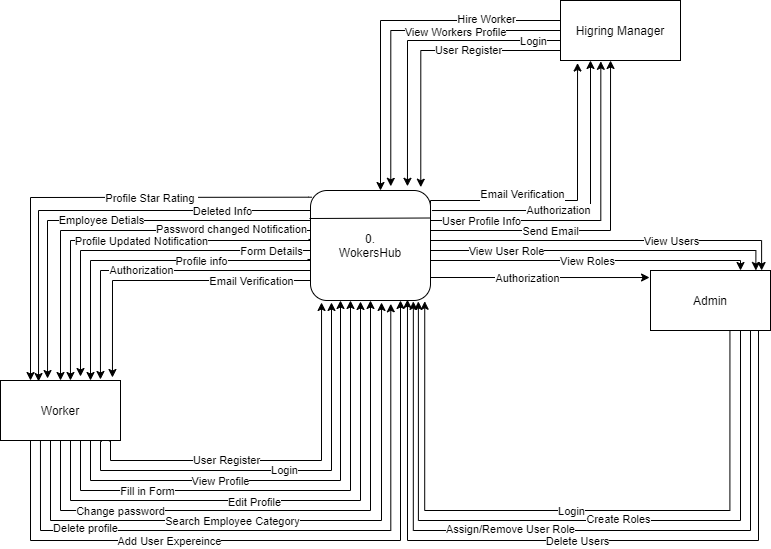
Before: context diagram 2.png, a diagram exported from draw.io (SujinRajak/WorkersManaginHub). Source tidied: cells renumbered, new cells last; positions are measured from the earlier drawing's top-left corner, leaving out a move shared by most shapes.
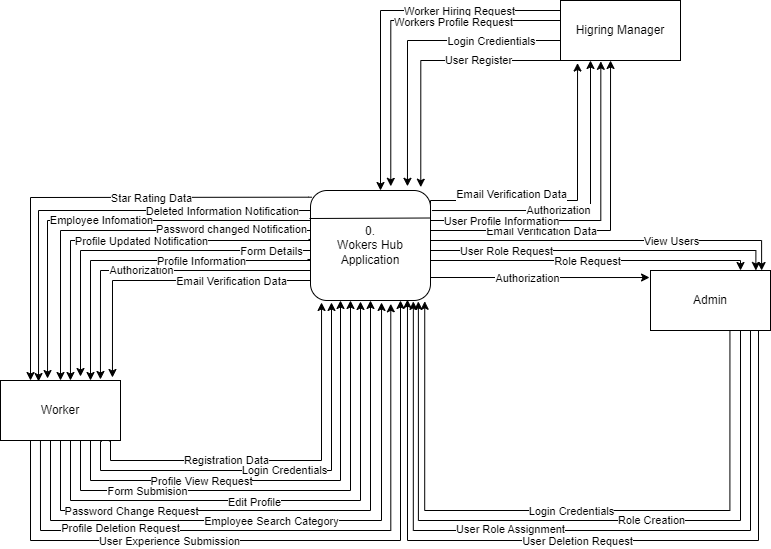
Later version of the same file.

Diff of the diagram source:
```diff
@@ -9,9 +9,9 @@
         </Array>
       </mxGeometry>
     </mxCell>
-    <mxCell id="3" value="Email Verification" style="edgeLabel;html=1;align=center;verticalAlign=middle;" parent="2" vertex="1">
+    <mxCell id="3" value="Email Verification Data" style="edgeLabel;html=1;align=center;verticalAlign=middle;" parent="2" vertex="1">
       <mxGeometry x="-0.22" y="-1" relative="1" as="geometry">
-        <mxPoint x="55" y="1" as="offset" />
+        <mxPoint x="35" y="1" as="offset" />
       </mxGeometry>
     </mxCell>
     <mxCell id="4" style="edgeStyle=orthogonalEdgeStyle;rounded=0;jettySize=auto;html=1;exitX=0;exitY=0.75;exitDx=0;exitDy=0;entryX=0.833;entryY=-0.017;entryDx=0;entryDy=0;entryPerimeter=0;" parent="1" edge="1" source="36" target="56">
@@ -36,7 +36,7 @@
         </Array>
       </mxGeometry>
     </mxCell>
-    <mxCell id="7" value="Profile info" style="edgeLabel;html=1;align=center;verticalAlign=middle;" parent="6" vertex="1">
+    <mxCell id="7" value="Profile Information" style="edgeLabel;html=1;align=center;verticalAlign=middle;" parent="6" vertex="1">
       <mxGeometry x="-0.44" relative="1" as="geometry">
         <mxPoint x="-18" as="offset" />
       </mxGeometry>
@@ -90,7 +90,7 @@
         </Array>
       </mxGeometry>
     </mxCell>
-    <mxCell id="15" value="Employee Detials" style="edgeLabel;html=1;align=center;verticalAlign=middle;" parent="14" vertex="1">
+    <mxCell id="15" value="Employee Infomation" style="edgeLabel;html=1;align=center;verticalAlign=middle;" parent="14" vertex="1">
       <mxGeometry x="0.05" y="-1" relative="1" as="geometry">
         <mxPoint x="12" as="offset" />
       </mxGeometry>
@@ -102,7 +102,7 @@
         </Array>
       </mxGeometry>
     </mxCell>
-    <mxCell id="17" value="Deleted Info" style="edgeLabel;html=1;align=center;verticalAlign=middle;" parent="16" vertex="1">
+    <mxCell id="17" value="Deleted Information Notification" style="edgeLabel;html=1;align=center;verticalAlign=middle;" parent="16" vertex="1">
       <mxGeometry x="-0.6" relative="1" as="geometry" />
     </mxCell>
     <mxCell id="18" style="edgeStyle=orthogonalEdgeStyle;rounded=0;jettySize=auto;html=1;exitX=1;exitY=0.75;exitDx=0;exitDy=0;entryX=0.417;entryY=1;entryDx=0;entryDy=0;entryPerimeter=0;" parent="1" edge="1" source="36" target="65">
@@ -113,9 +113,9 @@
         </Array>
       </mxGeometry>
     </mxCell>
-    <mxCell id="19" value="Send Email" style="edgeLabel;html=1;align=center;verticalAlign=middle;" parent="18" vertex="1">
+    <mxCell id="19" value="Email Verification Data" style="edgeLabel;html=1;align=center;verticalAlign=middle;" parent="18" vertex="1">
       <mxGeometry x="-0.36" y="-1" relative="1" as="geometry">
-        <mxPoint x="36" y="-1" as="offset" />
+        <mxPoint x="27" y="-1" as="offset" />
       </mxGeometry>
     </mxCell>
     <mxCell id="20" style="edgeStyle=orthogonalEdgeStyle;rounded=0;jettySize=auto;html=1;exitX=1;exitY=0.5;exitDx=0;exitDy=0;entryX=0.336;entryY=1.014;entryDx=0;entryDy=0;entryPerimeter=0;" parent="1" edge="1" source="36" target="65">
@@ -126,9 +126,9 @@
         </Array>
       </mxGeometry>
     </mxCell>
-    <mxCell id="21" value="User Profile Info" style="edgeLabel;html=1;align=center;verticalAlign=middle;" parent="20" vertex="1">
+    <mxCell id="21" value="User Profile Information" style="edgeLabel;html=1;align=center;verticalAlign=middle;" parent="20" vertex="1">
       <mxGeometry x="-0.55" relative="1" as="geometry">
-        <mxPoint x="-4" as="offset" />
+        <mxPoint x="16" as="offset" />
       </mxGeometry>
     </mxCell>
     <mxCell id="22" style="edgeStyle=orthogonalEdgeStyle;rounded=0;jettySize=auto;html=1;exitX=1.012;exitY=0.182;exitDx=0;exitDy=0;entryX=0.25;entryY=1;entryDx=0;entryDy=0;exitPerimeter=0;" parent="1" edge="1" source="36" target="65">
@@ -151,9 +151,9 @@
         </Array>
       </mxGeometry>
     </mxCell>
-    <mxCell id="25" value="Email Verification" style="edgeLabel;html=1;align=center;verticalAlign=middle;" parent="24" vertex="1">
+    <mxCell id="25" value="Email Verification Data" style="edgeLabel;html=1;align=center;verticalAlign=middle;" parent="24" vertex="1">
       <mxGeometry x="-0.27" relative="1" as="geometry">
-        <mxPoint x="-1" y="-7" as="offset" />
+        <mxPoint x="-12" y="-7" as="offset" />
       </mxGeometry>
     </mxCell>
     <mxCell id="26" style="edgeStyle=orthogonalEdgeStyle;rounded=0;jettySize=auto;html=1;exitX=0.011;exitY=0.061;exitDx=0;exitDy=0;entryX=0.25;entryY=0;entryDx=0;entryDy=0;exitPerimeter=0;" parent="1" edge="1" source="36" target="56">
@@ -164,7 +164,7 @@
         </Array>
       </mxGeometry>
     </mxCell>
-    <mxCell id="27" value="Profile Star Rating&amp;nbsp;" style="edgeLabel;html=1;align=center;verticalAlign=middle;" parent="26" vertex="1">
+    <mxCell id="27" value="Star Rating Data" style="edgeLabel;html=1;align=center;verticalAlign=middle;" parent="26" vertex="1">
       <mxGeometry x="-0.36" y="1" relative="1" as="geometry">
         <mxPoint x="-13" as="offset" />
       </mxGeometry>
@@ -189,7 +189,7 @@
         </Array>
       </mxGeometry>
     </mxCell>
-    <mxCell id="31" value="View User Role" style="edgeLabel;html=1;align=center;verticalAlign=middle;" parent="30" vertex="1">
+    <mxCell id="31" value="User Role Request" style="edgeLabel;html=1;align=center;verticalAlign=middle;" parent="30" vertex="1">
       <mxGeometry x="-0.25" y="3" relative="1" as="geometry">
         <mxPoint x="-51" y="3" as="offset" />
       </mxGeometry>
@@ -202,7 +202,7 @@
         </Array>
       </mxGeometry>
     </mxCell>
-    <mxCell id="33" value="View Roles" style="edgeLabel;html=1;align=center;verticalAlign=middle;" parent="32" vertex="1">
+    <mxCell id="33" value="Role Request" style="edgeLabel;html=1;align=center;verticalAlign=middle;" parent="32" vertex="1">
       <mxGeometry x="0.39" relative="1" as="geometry">
         <mxPoint x="-62" as="offset" />
       </mxGeometry>
@@ -217,7 +217,7 @@
     <mxCell id="35" value="Authorization" style="edgeLabel;html=1;align=center;verticalAlign=middle;" parent="34" vertex="1">
       <mxGeometry x="-0.1" relative="1" as="geometry" />
     </mxCell>
-    <mxCell id="36" value="&lt;div&gt;0.&lt;/div&gt;&lt;div&gt;WokersHub&lt;br&gt;&lt;/div&gt;" style="rounded=1;whiteSpace=wrap;html=1;" parent="1" vertex="1">
+    <mxCell id="36" value="&lt;div&gt;0.&lt;/div&gt;&lt;div&gt;Wokers Hub Application&lt;br&gt;&lt;/div&gt;" style="rounded=1;whiteSpace=wrap;html=1;" parent="1" vertex="1">
       <mxGeometry x="310" y="190" width="120" height="110" as="geometry" />
     </mxCell>
     <mxCell id="37" style="endArrow=none;html=1;entryX=1;entryY=0.25;entryDx=0;entryDy=0;" parent="1" edge="1" target="36">
@@ -235,7 +235,7 @@
         </Array>
       </mxGeometry>
     </mxCell>
-    <mxCell id="39" value="User Register" style="edgeLabel;html=1;align=center;verticalAlign=middle;" parent="38" vertex="1">
+    <mxCell id="39" value="Registration Data" style="edgeLabel;html=1;align=center;verticalAlign=middle;" parent="38" vertex="1">
       <mxGeometry x="-0.38" y="1" relative="1" as="geometry">
         <mxPoint x="17" as="offset" />
       </mxGeometry>
@@ -250,7 +250,7 @@
         </Array>
       </mxGeometry>
     </mxCell>
-    <mxCell id="41" value="Login" style="edgeLabel;html=1;align=center;verticalAlign=middle;" parent="40" vertex="1">
+    <mxCell id="41" value="Login Credentials" style="edgeLabel;html=1;align=center;verticalAlign=middle;" parent="40" vertex="1">
       <mxGeometry x="-0.25" y="1" relative="1" as="geometry">
         <mxPoint x="53" as="offset" />
       </mxGeometry>
@@ -263,8 +263,10 @@
         </Array>
       </mxGeometry>
     </mxCell>
-    <mxCell id="43" value="View Profile" style="edgeLabel;html=1;align=center;verticalAlign=middle;" parent="42" vertex="1">
-      <mxGeometry x="-0.28" relative="1" as="geometry" />
+    <mxCell id="43" value="Profile View Request" style="edgeLabel;html=1;align=center;verticalAlign=middle;" parent="42" vertex="1">
+      <mxGeometry x="-0.28" relative="1" as="geometry">
+        <mxPoint x="-19" as="offset" />
+      </mxGeometry>
     </mxCell>
     <mxCell id="44" style="edgeStyle=orthogonalEdgeStyle;rounded=0;orthogonalLoop=1;jettySize=auto;html=1;" parent="1" edge="1">
       <mxGeometry relative="1" as="geometry">
@@ -276,7 +278,7 @@
         </Array>
       </mxGeometry>
     </mxCell>
-    <mxCell id="45" value="Fill in Form" style="edgeLabel;html=1;align=center;verticalAlign=middle;" parent="44" vertex="1">
+    <mxCell id="45" value="Form Submision" style="edgeLabel;html=1;align=center;verticalAlign=middle;" parent="44" vertex="1">
       <mxGeometry x="-0.15" relative="1" as="geometry">
         <mxPoint x="-94" as="offset" />
       </mxGeometry>
@@ -302,8 +304,10 @@
         </Array>
       </mxGeometry>
     </mxCell>
-    <mxCell id="49" value="Change password" style="edgeLabel;html=1;align=center;verticalAlign=middle;" parent="48" vertex="1">
-      <mxGeometry x="-0.56" relative="1" as="geometry" />
+    <mxCell id="49" value="Password Change Request" style="edgeLabel;html=1;align=center;verticalAlign=middle;" parent="48" vertex="1">
+      <mxGeometry x="-0.56" relative="1" as="geometry">
+        <mxPoint x="11" as="offset" />
+      </mxGeometry>
     </mxCell>
     <mxCell id="50" style="edgeStyle=orthogonalEdgeStyle;rounded=0;jettySize=auto;html=1;exitX=0.4;exitY=1;exitDx=0;exitDy=0;entryX=0.592;entryY=1.018;entryDx=0;entryDy=0;entryPerimeter=0;exitPerimeter=0;" parent="1" edge="1" source="56" target="36">
       <mxGeometry relative="1" as="geometry">
@@ -314,8 +318,10 @@
         </Array>
       </mxGeometry>
     </mxCell>
-    <mxCell id="51" value="Search Employee Category" style="edgeLabel;html=1;align=center;verticalAlign=middle;" parent="50" vertex="1">
-      <mxGeometry x="-0.16" relative="1" as="geometry" />
+    <mxCell id="51" value="Employee Search Category" style="edgeLabel;html=1;align=center;verticalAlign=middle;" parent="50" vertex="1">
+      <mxGeometry x="-0.16" relative="1" as="geometry">
+        <mxPoint x="39" as="offset" />
+      </mxGeometry>
     </mxCell>
     <mxCell id="52" style="edgeStyle=orthogonalEdgeStyle;rounded=0;jettySize=auto;html=1;exitX=0.333;exitY=1;exitDx=0;exitDy=0;exitPerimeter=0;entryX=0.669;entryY=1.03;entryDx=0;entryDy=0;entryPerimeter=0;" parent="1" edge="1" source="56" target="36">
       <mxGeometry relative="1" as="geometry">
@@ -325,8 +331,10 @@
         </Array>
       </mxGeometry>
     </mxCell>
-    <mxCell id="53" value="Delete profile" style="edgeLabel;html=1;align=center;verticalAlign=middle;" parent="52" vertex="1">
-      <mxGeometry x="-0.74" y="45" relative="1" as="geometry" />
+    <mxCell id="53" value="Profile Deletion Request" style="edgeLabel;html=1;align=center;verticalAlign=middle;" parent="52" vertex="1">
+      <mxGeometry x="-0.74" y="45" relative="1" as="geometry">
+        <mxPoint x="35" as="offset" />
+      </mxGeometry>
     </mxCell>
     <mxCell id="54" style="edgeStyle=orthogonalEdgeStyle;rounded=0;jettySize=auto;html=1;exitX=0.25;exitY=1;exitDx=0;exitDy=0;entryX=0.75;entryY=1;entryDx=0;entryDy=0;" parent="1" edge="1" source="56" target="36">
       <mxGeometry relative="1" as="geometry">
@@ -336,7 +344,7 @@
         </Array>
       </mxGeometry>
     </mxCell>
-    <mxCell id="55" value="Add User Expereince" style="edgeLabel;html=1;align=center;verticalAlign=middle;" parent="54" vertex="1">
+    <mxCell id="55" value="User Experience Submission" style="edgeLabel;html=1;align=center;verticalAlign=middle;" parent="54" vertex="1">
       <mxGeometry x="-0.42" y="-3" relative="1" as="geometry">
         <mxPoint x="33" y="-3" as="offset" />
       </mxGeometry>
@@ -348,22 +356,22 @@
       <mxGeometry relative="1" as="geometry">
         <mxPoint x="380" y="190" as="targetPoint" />
         <Array as="points">
-          <mxPoint x="560" y="20" />
-          <mxPoint x="380" y="20" />
+          <mxPoint x="560" y="10" />
+          <mxPoint x="380" y="10" />
         </Array>
       </mxGeometry>
     </mxCell>
-    <mxCell id="58" value="Hire Worker" style="edgeLabel;html=1;align=center;verticalAlign=middle;" parent="57" vertex="1">
-      <mxGeometry x="-0.52" y="-2" relative="1" as="geometry" />
-    </mxCell>
+    <mxCell id="76" value="Worker Hiring Request" style="edgeLabel;html=1;align=center;verticalAlign=middle;" parent="57" vertex="1">
+      <mxGeometry x="-0.43" relative="1" as="geometry" />
+    </mxCell>
     <mxCell id="59" style="edgeStyle=orthogonalEdgeStyle;rounded=0;jettySize=auto;html=1;entryX=0.669;entryY=-0.038;entryDx=0;entryDy=0;entryPerimeter=0;" parent="1" edge="1" source="65" target="36">
       <mxGeometry relative="1" as="geometry">
         <Array as="points">
-          <mxPoint x="390" y="30" />
+          <mxPoint x="390" y="20" />
         </Array>
       </mxGeometry>
     </mxCell>
-    <mxCell id="60" value="View Workers Profile" style="edgeLabel;html=1;align=center;verticalAlign=middle;" parent="59" vertex="1">
+    <mxCell id="60" value="Workers Profile Request" style="edgeLabel;html=1;align=center;verticalAlign=middle;" parent="59" vertex="1">
       <mxGeometry x="-0.62" y="1" relative="1" as="geometry">
         <mxPoint x="-44" as="offset" />
       </mxGeometry>
@@ -376,16 +384,16 @@
         </Array>
       </mxGeometry>
     </mxCell>
-    <mxCell id="62" value="Login" style="edgeLabel;html=1;align=center;verticalAlign=middle;" parent="61" vertex="1">
+    <mxCell id="62" value="Login Credientials" style="edgeLabel;html=1;align=center;verticalAlign=middle;" parent="61" vertex="1">
       <mxGeometry x="-0.66" y="1" relative="1" as="geometry">
-        <mxPoint x="15" y="-1" as="offset" />
+        <mxPoint x="-27" y="-1" as="offset" />
       </mxGeometry>
     </mxCell>
     <mxCell id="63" style="edgeStyle=orthogonalEdgeStyle;rounded=0;jettySize=auto;html=1;exitX=0;exitY=0.75;exitDx=0;exitDy=0;entryX=0.919;entryY=-0.03;entryDx=0;entryDy=0;entryPerimeter=0;" parent="1" edge="1" source="65" target="36">
       <mxGeometry relative="1" as="geometry">
         <Array as="points">
-          <mxPoint x="560" y="50" />
-          <mxPoint x="420" y="50" />
+          <mxPoint x="560" y="60" />
+          <mxPoint x="420" y="60" />
         </Array>
       </mxGeometry>
     </mxCell>
@@ -404,7 +412,7 @@
         </Array>
       </mxGeometry>
     </mxCell>
-    <mxCell id="67" value="Delete Users" style="edgeLabel;html=1;align=center;verticalAlign=middle;" parent="66" vertex="1">
+    <mxCell id="67" value="User Deletion Request" style="edgeLabel;html=1;align=center;verticalAlign=middle;" parent="66" vertex="1">
       <mxGeometry x="-0.02" relative="1" as="geometry" />
     </mxCell>
     <mxCell id="68" style="edgeStyle=orthogonalEdgeStyle;rounded=0;jettySize=auto;html=1;exitX=0.808;exitY=0.986;exitDx=0;exitDy=0;entryX=0.857;entryY=1.008;entryDx=0;entryDy=0;entryPerimeter=0;exitPerimeter=0;" parent="1" edge="1" source="75" target="36">
@@ -416,7 +424,7 @@
         </Array>
       </mxGeometry>
     </mxCell>
-    <mxCell id="69" value="Assign/Remove User Role" style="edgeLabel;html=1;align=center;verticalAlign=middle;" parent="68" vertex="1">
+    <mxCell id="69" value="User Role Assignment" style="edgeLabel;html=1;align=center;verticalAlign=middle;" parent="68" vertex="1">
       <mxGeometry x="0.06" y="-2" relative="1" as="geometry">
         <mxPoint x="-35" as="offset" />
       </mxGeometry>
@@ -429,12 +437,11 @@
         </Array>
       </mxGeometry>
     </mxCell>
-    <mxCell id="71" value="Text" style="edgeLabel;html=1;align=center;verticalAlign=middle;" parent="70" vertex="1">
-      <mxGeometry x="-0.14" y="-1" relative="1" as="geometry" />
+    <mxCell id="71" value="Role Creation" style="edgeLabel;html=1;align=center;verticalAlign=middle;" parent="70" vertex="1">
+      <mxGeometry x="-0.14" y="-1" relative="1" as="geometry">
+        <mxPoint x="35" as="offset" />
+      </mxGeometry>
     </mxCell>
-    <mxCell id="72" value="Create Roles" style="edgeLabel;html=1;align=center;verticalAlign=middle;" parent="70" vertex="1">
-      <mxGeometry x="-0.14" y="-2" relative="1" as="geometry" />
-    </mxCell>
     <mxCell id="73" style="edgeStyle=orthogonalEdgeStyle;rounded=0;jettySize=auto;html=1;exitX=0.662;exitY=1;exitDx=0;exitDy=0;entryX=0.952;entryY=1.007;entryDx=0;entryDy=0;entryPerimeter=0;exitPerimeter=0;" parent="1" edge="1" source="75" target="36">
       <mxGeometry relative="1" as="geometry">
         <Array as="points">
@@ -443,7 +450,7 @@
         </Array>
       </mxGeometry>
     </mxCell>
-    <mxCell id="74" value="Login" style="edgeLabel;html=1;align=center;verticalAlign=middle;" parent="73" vertex="1">
+    <mxCell id="74" value="Login Credentials" style="edgeLabel;html=1;align=center;verticalAlign=middle;" parent="73" vertex="1">
       <mxGeometry x="-0.02" relative="1" as="geometry" />
     </mxCell>
     <mxCell id="75" value="Admin" style="rounded=0;whiteSpace=wrap;html=1;" parent="1" vertex="1">
```
